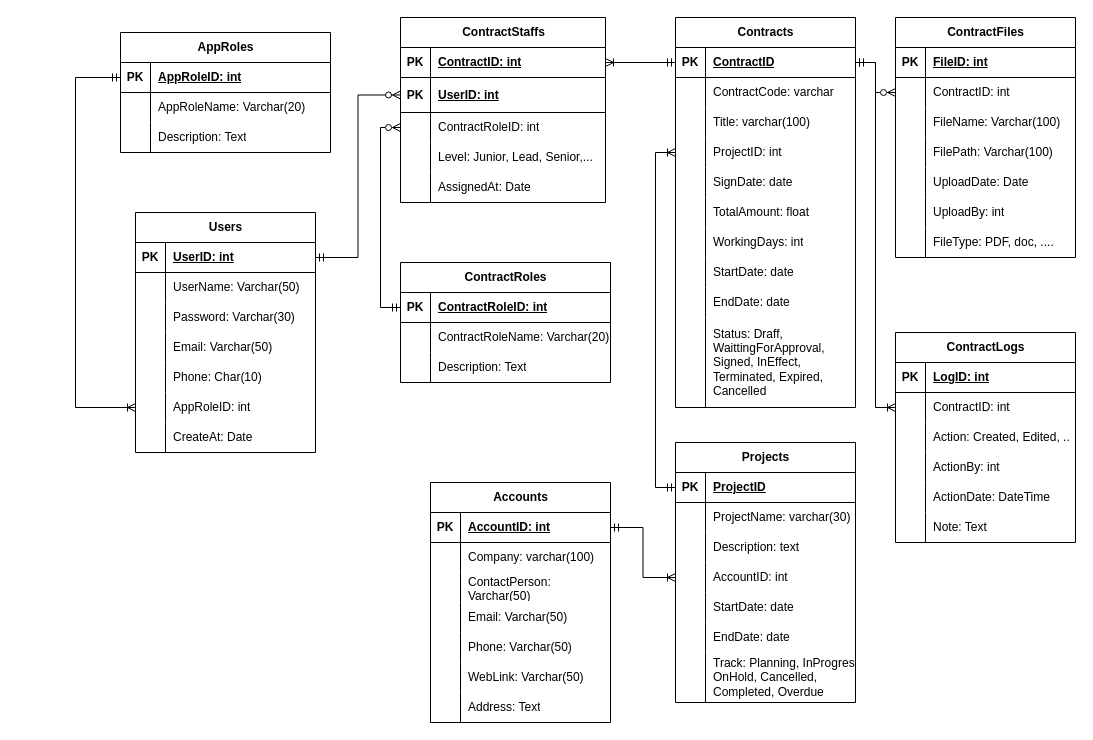
Earlier version of the draw.io diagram CM-DB.drawio (ngbaochau/git-practice-assignment). Source tidied: cells renumbered, new cells numbered last; positions are measured from the earlier drawing's top-left corner, leaving out a move shared by most shapes. Both pictures are drawn from the tidied source at 100%, with x=0, y=0 at pixel (75, 17).
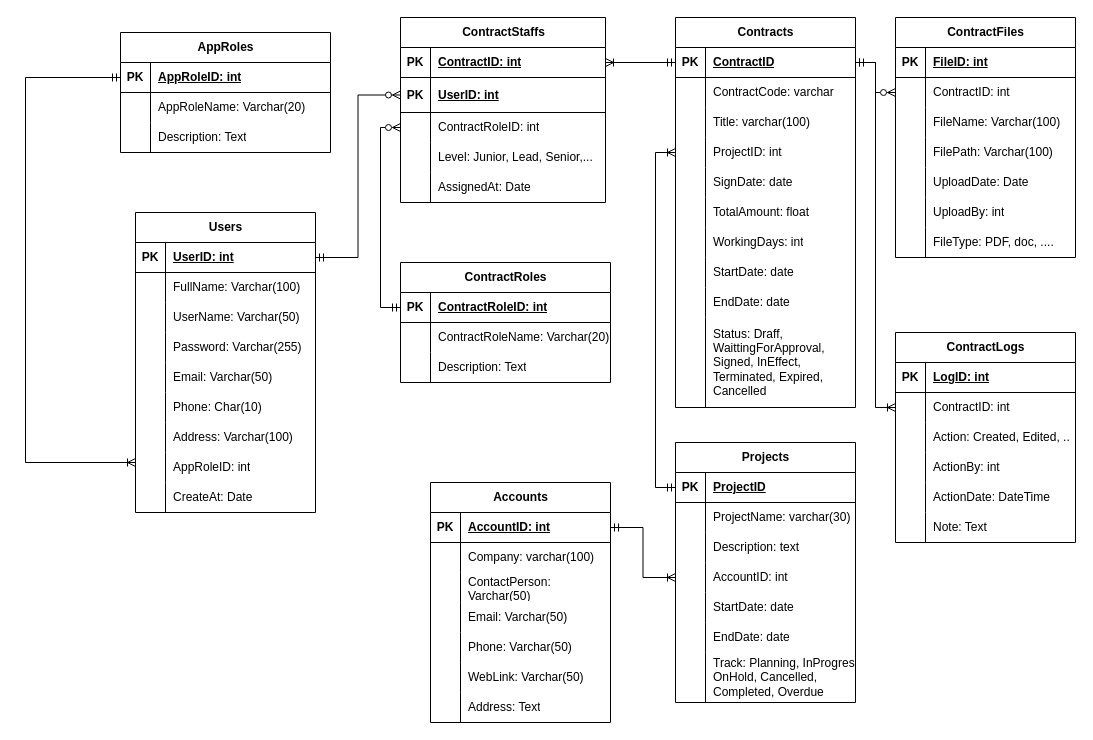
The same diagram, later.

Commit message (it also covers changes not shown here):
add: user fullname, address. fix:password -> 255 char

The change refers to these unchanged cells:
```xml
<mxCell id="47" style="shape=tableRow;horizontal=0;startSize=0;swimlaneHead=0;swimlaneBody=0;fillColor=none;points=[[0,0.5],[1,0.5]];portConstraint=eastwest;top=0;left=0;right=0;bottom=1;" parent="46" vertex="1">
  <mxGeometry y="30" width="210" height="30" as="geometry" />
</mxCell>
```

What changed in the source:
```diff
@@
     <mxCell id="2" value="Users" style="shape=table;startSize=30;childLayout=tableLayout;rowLines=0;fontStyle=1;align=center;html=1;" parent="1" vertex="1">
-      <mxGeometry x="60" y="195" width="180" height="240" as="geometry" />
+      <mxGeometry x="60" y="195" width="180" height="300" as="geometry" />
     </mxCell>
@@
+    <mxCell id="184" style="shape=tableRow;horizontal=0;startSize=0;swimlaneHead=0;swimlaneBody=0;fillColor=none;top=0;left=0;right=0;bottom=0;" parent="2" vertex="1">
+      <mxGeometry y="60" width="180" height="30" as="geometry" />
+    </mxCell>
+    <mxCell id="185" style="shape=partialRectangle;fillColor=none;top=0;left=0;bottom=0;right=0;overflow=hidden;whiteSpace=wrap;html=1;" parent="184" vertex="1">
+      <mxGeometry width="30" height="30" as="geometry" />
+    </mxCell>
+    <mxCell id="186" value="FullName: Varchar(100)" style="shape=partialRectangle;fillColor=none;top=0;left=0;bottom=0;right=0;align=left;spacingLeft=6;overflow=hidden;whiteSpace=wrap;html=1;" parent="184" vertex="1">
+      <mxGeometry x="30" width="150" height="30" as="geometry" />
+    </mxCell>
     <mxCell id="6" style="shape=tableRow;horizontal=0;startSize=0;swimlaneHead=0;swimlaneBody=0;fillColor=none;top=0;left=0;right=0;bottom=0;" parent="2" vertex="1">
-      <mxGeometry y="60" width="180" height="30" as="geometry" />
+      <mxGeometry y="90" width="180" height="30" as="geometry" />
     </mxCell>
@@
     <mxCell id="9" style="shape=tableRow;horizontal=0;startSize=0;swimlaneHead=0;swimlaneBody=0;fillColor=none;top=0;left=0;right=0;bottom=0;" parent="2" vertex="1">
-      <mxGeometry y="90" width="180" height="30" as="geometry" />
+      <mxGeometry y="120" width="180" height="30" as="geometry" />
     </mxCell>
@@
-    <mxCell id="11" value="Password: Varchar(30)" style="shape=partialRectangle;fillColor=none;top=0;left=0;bottom=0;right=0;align=left;spacingLeft=6;overflow=hidden;whiteSpace=wrap;html=1;" parent="9" vertex="1">
+    <mxCell id="11" value="Password: Varchar(255)" style="shape=partialRectangle;fillColor=none;top=0;left=0;bottom=0;right=0;align=left;spacingLeft=6;overflow=hidden;whiteSpace=wrap;html=1;" parent="9" vertex="1">
       <mxGeometry x="30" width="150" height="30" as="geometry" />
     </mxCell>
     <mxCell id="12" style="shape=tableRow;horizontal=0;startSize=0;swimlaneHead=0;swimlaneBody=0;fillColor=none;top=0;left=0;right=0;bottom=0;" parent="2" vertex="1">
-      <mxGeometry y="120" width="180" height="30" as="geometry" />
+      <mxGeometry y="150" width="180" height="30" as="geometry" />
     </mxCell>
@@
     <mxCell id="15" style="shape=tableRow;horizontal=0;startSize=0;swimlaneHead=0;swimlaneBody=0;fillColor=none;top=0;left=0;right=0;bottom=0;" parent="2" vertex="1">
-      <mxGeometry y="150" width="180" height="30" as="geometry" />
+      <mxGeometry y="180" width="180" height="30" as="geometry" />
     </mxCell>
@@
+    <mxCell id="187" style="shape=tableRow;horizontal=0;startSize=0;swimlaneHead=0;swimlaneBody=0;fillColor=none;top=0;left=0;right=0;bottom=0;" parent="2" vertex="1">
+      <mxGeometry y="210" width="180" height="30" as="geometry" />
+    </mxCell>
+    <mxCell id="188" style="shape=partialRectangle;fillColor=none;top=0;left=0;bottom=0;right=0;overflow=hidden;whiteSpace=wrap;html=1;" parent="187" vertex="1">
+      <mxGeometry width="30" height="30" as="geometry" />
+    </mxCell>
+    <mxCell id="189" value="Address: Varchar(100)" style="shape=partialRectangle;fillColor=none;top=0;left=0;bottom=0;right=0;align=left;spacingLeft=6;overflow=hidden;whiteSpace=wrap;html=1;" parent="187" vertex="1">
+      <mxGeometry x="30" width="150" height="30" as="geometry" />
+    </mxCell>
     <mxCell id="18" style="shape=tableRow;horizontal=0;startSize=0;swimlaneHead=0;swimlaneBody=0;fillColor=none;points=[[0,0.5],[1,0.5]];portConstraint=eastwest;top=0;left=0;right=0;bottom=0;" parent="2" vertex="1">
-      <mxGeometry y="180" width="180" height="30" as="geometry" />
+      <mxGeometry y="240" width="180" height="30" as="geometry" />
     </mxCell>
@@
     <mxCell id="21" style="shape=tableRow;horizontal=0;startSize=0;swimlaneHead=0;swimlaneBody=0;fillColor=none;top=0;left=0;right=0;bottom=0;" parent="2" vertex="1">
-      <mxGeometry y="210" width="180" height="30" as="geometry" />
+      <mxGeometry y="270" width="180" height="30" as="geometry" />
     </mxCell>
@@
-    <mxCell id="176" style="edgeStyle=orthogonalEdgeStyle;rounded=0;jettySize=auto;html=1;exitX=0;exitY=0.5;exitDx=0;exitDy=0;startArrow=ERmandOne;startFill=0;endArrow=ERoneToMany;endFill=0;" parent="1" edge="1" source="47" target="18">
+    <mxCell id="176" style="edgeStyle=orthogonalEdgeStyle;rounded=0;jettySize=auto;html=1;exitX=0;exitY=0.5;exitDx=0;exitDy=0;startArrow=ERmandOne;startFill=0;endArrow=ERoneToMany;endFill=0;" parent="1" edge="1" source="47">
       <mxGeometry relative="1" as="geometry">
+        <mxPoint x="60" y="445" as="targetPoint" />
         <Array as="points">
-          <mxPoint y="60" />
-          <mxPoint y="390" />
+          <mxPoint x="-50" y="60" />
+          <mxPoint x="-50" y="445" />
+          <mxPoint x="60" y="445" />
         </Array>
       </mxGeometry>
     </mxCell>
```
